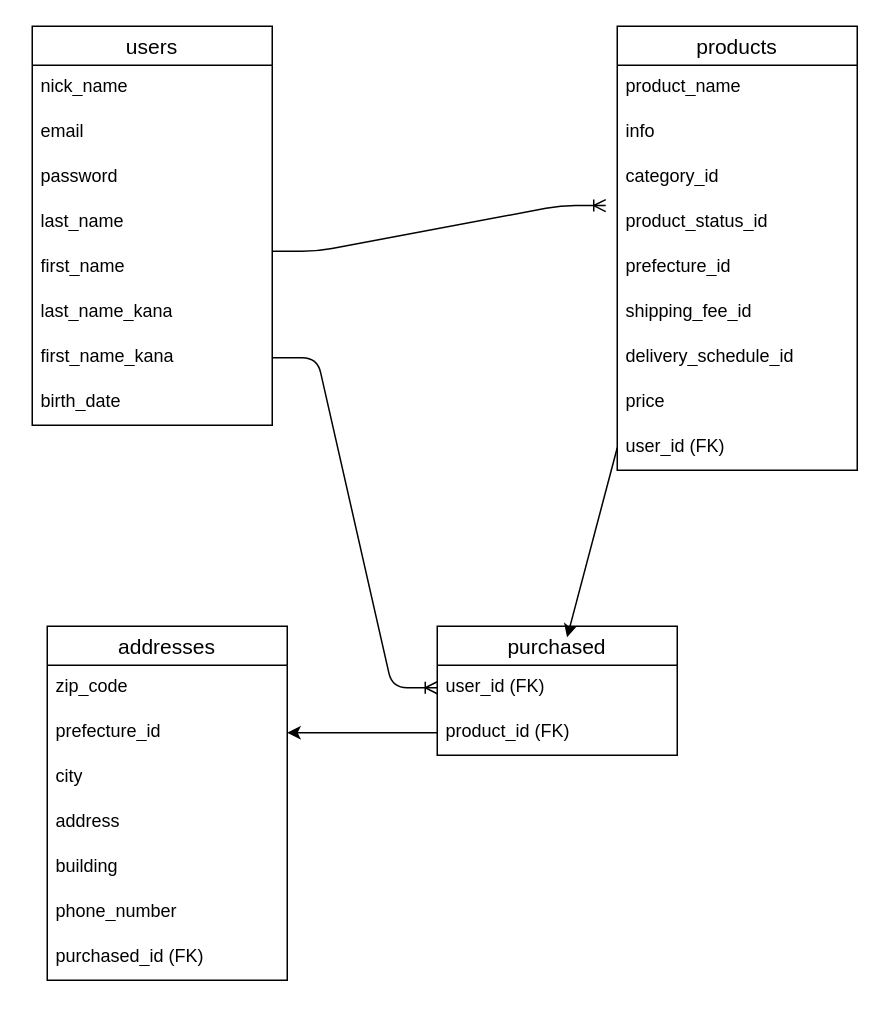
This is furima-47728_ER.dio from talle3miu3gi-ctrl/furima-47728, a draw.io file, before an edit. Source tidied: cells renumbered, new cells numbered last; positions are measured from the earlier drawing's top-left corner, leaving out a move shared by most shapes. Both pictures are drawn from the tidied source at 150%, with x=0, y=0 at pixel (32, 26).
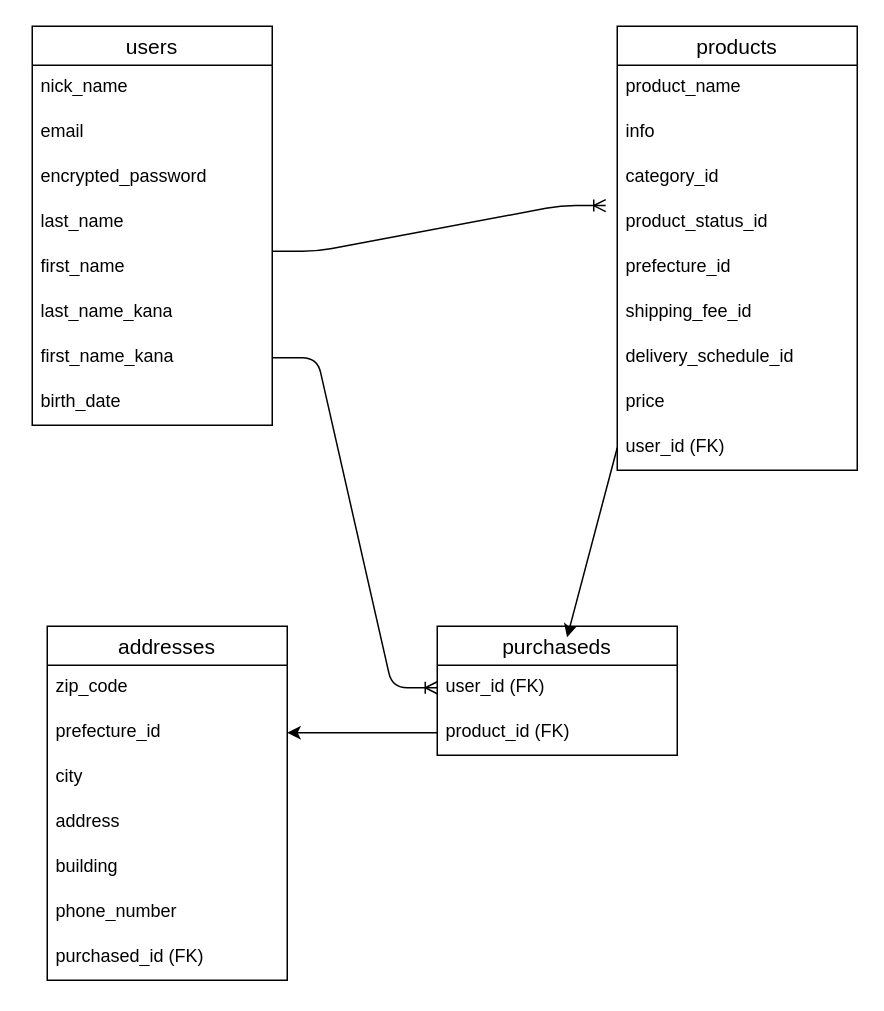
Above is the later version.

Commit message (it also covers changes not shown here):
データベース設計再々修正

The change refers to these unchanged cells:
```xml
<mxCell id="2" value="users" style="swimlane;fontStyle=0;horizontal=1;startSize=26;align=center;fontSize=14;" parent="1" vertex="1">
  <mxGeometry width="160" height="266" as="geometry" />
</mxCell>
```

The edit, as a diff of the source:
```diff
@@
-    <mxCell id="5" value="password&lt;div&gt;&lt;br&gt;&lt;/div&gt;" style="text;strokeColor=none;fillColor=none;spacingLeft=4;spacingRight=4;overflow=hidden;fontSize=12;whiteSpace=wrap;html=1;shadow=1;" parent="2" vertex="1">
-      <mxGeometry y="86" width="160" height="30" as="geometry" />
-    </mxCell>
+    <mxCell id="36" value="encrypted_password" style="text;strokeColor=none;fillColor=none;spacingLeft=4;spacingRight=4;overflow=hidden;fontSize=12;whiteSpace=wrap;html=1;" parent="2" vertex="1">
+      <mxGeometry y="86" width="160" height="30" as="geometry" />
+    </mxCell>
@@
-    <mxCell id="29" value="purchased" style="swimlane;fontStyle=0;horizontal=1;startSize=26;align=center;fontSize=14;" parent="1" vertex="1">
+    <mxCell id="29" value="purchaseds" style="swimlane;fontStyle=0;horizontal=1;startSize=26;align=center;fontSize=14;" parent="1" vertex="1">
       <mxGeometry x="270" y="400" width="160" height="86" as="geometry" />
     </mxCell>
```
